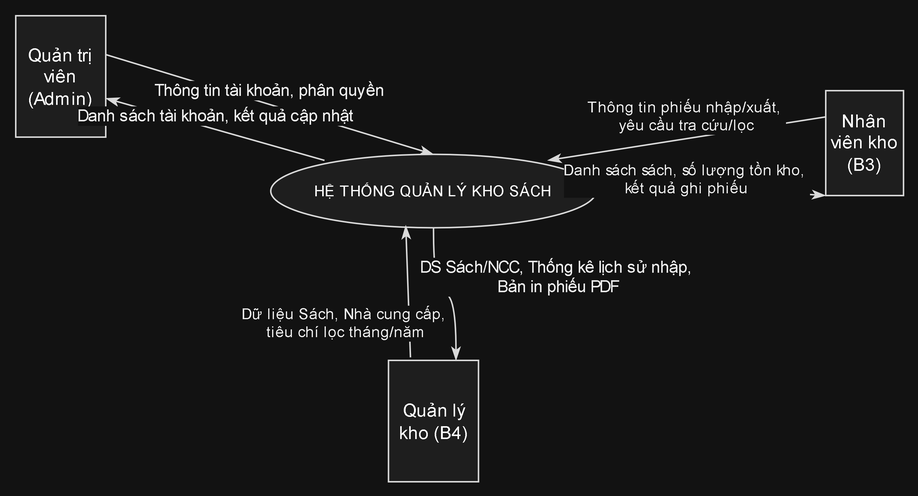
Earlier version of the draw.io export file tổng hợp cho báo cáo/Báo cáo HTTT/DFD0.drawio.png (nguyenmintam23-z/HTTT). Source tidied: cells renumbered, new cells last; positions are measured from the earlier drawing's top-left corner, leaving out a move shared by most shapes. Its diagram source:
```xml
<mxGraphModel>
  <root>
    <mxCell id="0" />
    <mxCell id="1" parent="0" />
    <mxCell id="2" style="group;transparentBounds=1;editIcon=1;lockedGroup=0;groupPadding=10;fontSize=10;" parent="1" vertex="1">
      <mxGeometry as="geometry" />
    </mxCell>
    <mxCell id="3" value="Quản trị viên (Admin)" style="shape=label;html=1;fillColor=#F1F1F1;strokeColor=#181818;fontSize=12;whiteSpace=wrap;" parent="2" vertex="1">
      <mxGeometry x="160" y="90" width="60" height="81" as="geometry" />
    </mxCell>
    <mxCell id="4" value="Nhân viên kho (B3)" style="shape=label;html=1;fillColor=#F1F1F1;strokeColor=#181818;fontSize=12;align=center;verticalAlign=middle;fontFamily=Helvetica;fontColor=default;whiteSpace=wrap;" parent="2" vertex="1">
      <mxGeometry x="700" y="140" width="51.9" height="70" as="geometry" />
    </mxCell>
    <mxCell id="5" value="Quản lý kho (B4)" style="shape=label;html=1;fillColor=#F1F1F1;strokeColor=#181818;fontSize=12;whiteSpace=wrap;" parent="2" vertex="1">
      <mxGeometry x="408.5" y="320" width="60" height="81" as="geometry" />
    </mxCell>
    <mxCell id="6" value="&lt;br style=&quot;padding: 0px; margin: 0px;&quot;&gt;HỆ THỐNG QUẢN LÝ KHO SÁCH" style="rounded=1;absoluteArcSize=1;arcSize=3;strokeWidth=1;fillColor=#F1F1F1;strokeColor=#181818;whiteSpace=wrap;fontSize=10;shape=ellipse;perimeter=ellipsePerimeter;html=1;shapeInside=1;" parent="2" vertex="1">
      <mxGeometry x="330" y="182.5" width="217" height="49" as="geometry" />
    </mxCell>
    <mxCell id="7" value="&lt;font style=&quot;font-size: 11px;&quot;&gt;Thông tin tài khoản, phân quyền&lt;/font&gt;" style="strokeColor=#181818;fontColor=#000000;fontSize=10;html=1;labelBackgroundColor=#FFFFFF;verticalAlign=bottom;endArrow=classicThin;endFill=1;exitX=1;exitY=0.32;exitDx=0;exitDy=0;entryX=0.5;entryY=0;entryDx=0;entryDy=0;curved=0;rounded=0;endSize=6;sourcePerimeterSpacing=0;targetPerimeterSpacing=0;" parent="2" edge="1" source="3" target="6">
      <mxGeometry relative="1" as="geometry" />
    </mxCell>
    <mxCell id="8" value="&lt;font style=&quot;font-size: 11px;&quot;&gt;Danh sách tài khoản, kết quả cập nhật&lt;/font&gt;" style="strokeColor=#181818;fontColor=#000000;fontSize=10;html=1;labelBackgroundColor=#FFFFFF;verticalAlign=bottom;endArrow=classicThin;endFill=1;exitX=0.165;exitY=0.082;exitDx=0;exitDy=0;entryX=1;entryY=0.68;entryDx=0;entryDy=0;curved=0;rounded=0;endSize=6;sourcePerimeterSpacing=0;targetPerimeterSpacing=0;exitPerimeter=0;" parent="2" edge="1" source="6" target="3">
      <mxGeometry relative="1" as="geometry" />
    </mxCell>
    <mxCell id="9" value="Thông tin phiếu nhập/xuất,&amp;nbsp;&lt;div&gt;yêu cầu tra cứu/lọc&lt;/div&gt;" style="strokeColor=#181818;fontColor=#000000;fontSize=10;html=1;labelBackgroundColor=#FFFFFF;verticalAlign=bottom;endArrow=classicThin;endFill=1;entryX=0.851;entryY=0.082;entryDx=0;entryDy=0;curved=0;rounded=0;endSize=6;sourcePerimeterSpacing=0;targetPerimeterSpacing=0;entryPerimeter=0;exitX=0;exitY=0.25;exitDx=0;exitDy=0;" parent="2" edge="1" source="4" target="6">
      <mxGeometry relative="1" as="geometry" />
    </mxCell>
    <mxCell id="10" value="Danh sách sách, số lượng tồn kho,&amp;nbsp;&lt;div&gt;kết quả ghi phiếu&lt;/div&gt;" style="strokeColor=#181818;fontColor=#000000;fontSize=10;html=1;labelBackgroundColor=#FFFFFF;verticalAlign=bottom;endArrow=classicThin;endFill=1;exitX=0.992;exitY=0.353;exitDx=0;exitDy=0;curved=0;rounded=0;endSize=6;sourcePerimeterSpacing=0;targetPerimeterSpacing=0;exitPerimeter=0;entryX=0;entryY=1;entryDx=0;entryDy=0;" parent="2" edge="1" source="6" target="4">
      <mxGeometry x="-0.19" y="-10" relative="1" as="geometry" />
    </mxCell>
    <mxCell id="11" value="Dữ liệu Sách, Nhà cung cấp,&amp;nbsp;&lt;div&gt;tiêu chí lọc tháng/năm&lt;/div&gt;" style="strokeColor=#181818;fontColor=#000000;fontSize=10;html=1;labelBackgroundColor=#FFFFFF;verticalAlign=bottom;endArrow=classicThin;endFill=1;curved=0;rounded=0;endSize=6;sourcePerimeterSpacing=0;targetPerimeterSpacing=0;exitX=0.244;exitY=-0.025;exitDx=0;exitDy=0;exitPerimeter=0;" parent="2" edge="1" source="5">
      <mxGeometry x="-0.78" y="43" relative="1" as="geometry">
        <mxPoint x="420" y="230" as="targetPoint" />
      </mxGeometry>
    </mxCell>
    <mxCell id="12" value="&lt;font style=&quot;font-size: 11px;&quot;&gt;DS Sách/NCC, Thống kê lịch sử nhập,&lt;/font&gt;&lt;div&gt;&lt;font style=&quot;font-size: 11px;&quot;&gt;&amp;nbsp;Bản in phiếu PDF&lt;/font&gt;&lt;/div&gt;" style="strokeColor=#181818;fontColor=#000000;fontSize=10;html=1;labelBackgroundColor=#FFFFFF;verticalAlign=bottom;endArrow=classicThin;endFill=1;exitX=0.5;exitY=1;exitDx=0;exitDy=0;curved=1;rounded=0;endSize=6;sourcePerimeterSpacing=0;targetPerimeterSpacing=0;edgeStyle=orthogonalEdgeStyle;curveGeometry=1;entryX=0.75;entryY=0;entryDx=0;entryDy=0;" parent="2" edge="1" source="6" target="5">
      <mxGeometry x="0.35" y="69" relative="1" as="geometry">
        <mxPoint x="-1" y="-2" as="offset" />
      </mxGeometry>
    </mxCell>
  </root>
</mxGraphModel>
```
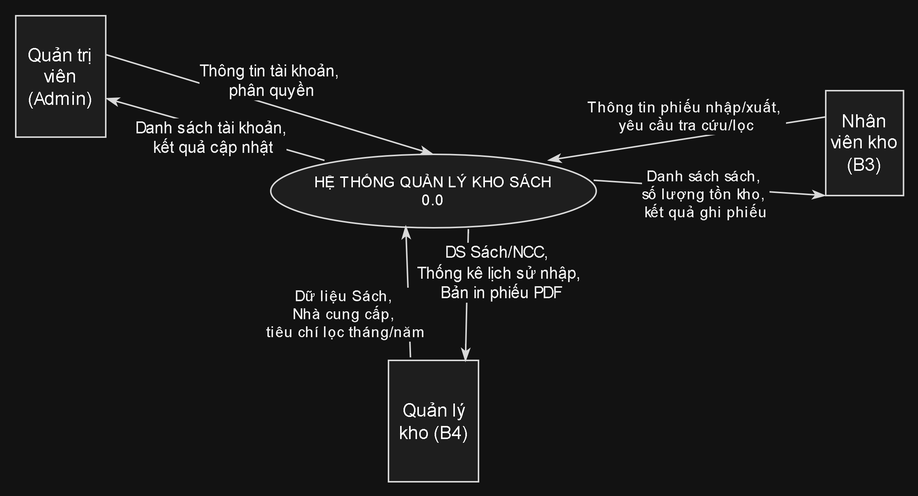
Later version of the same file.

Change to the diagram source:
```diff
@@ -14,29 +14,29 @@
     <mxCell id="5" value="Quản lý kho (B4)" style="shape=label;html=1;fillColor=#F1F1F1;strokeColor=#181818;fontSize=12;whiteSpace=wrap;" parent="2" vertex="1">
       <mxGeometry x="408.5" y="320" width="60" height="81" as="geometry" />
     </mxCell>
-    <mxCell id="6" value="&lt;br style=&quot;padding: 0px; margin: 0px;&quot;&gt;HỆ THỐNG QUẢN LÝ KHO SÁCH" style="rounded=1;absoluteArcSize=1;arcSize=3;strokeWidth=1;fillColor=#F1F1F1;strokeColor=#181818;whiteSpace=wrap;fontSize=10;shape=ellipse;perimeter=ellipsePerimeter;html=1;shapeInside=1;" parent="2" vertex="1">
+    <mxCell id="6" value="&lt;br style=&quot;padding: 0px; margin: 0px;&quot;&gt;HỆ THỐNG QUẢN LÝ KHO SÁCH&lt;div&gt;0.0&lt;/div&gt;" style="rounded=1;absoluteArcSize=1;arcSize=3;strokeWidth=1;fillColor=#F1F1F1;strokeColor=#181818;whiteSpace=wrap;fontSize=10;shape=ellipse;perimeter=ellipsePerimeter;html=1;shapeInside=1;" parent="2" vertex="1">
       <mxGeometry x="330" y="182.5" width="217" height="49" as="geometry" />
     </mxCell>
-    <mxCell id="7" value="&lt;font style=&quot;font-size: 11px;&quot;&gt;Thông tin tài khoản, phân quyền&lt;/font&gt;" style="strokeColor=#181818;fontColor=#000000;fontSize=10;html=1;labelBackgroundColor=#FFFFFF;verticalAlign=bottom;endArrow=classicThin;endFill=1;exitX=1;exitY=0.32;exitDx=0;exitDy=0;entryX=0.5;entryY=0;entryDx=0;entryDy=0;curved=0;rounded=0;endSize=6;sourcePerimeterSpacing=0;targetPerimeterSpacing=0;" parent="2" edge="1" source="3" target="6">
+    <mxCell id="7" value="&lt;font style=&quot;font-size: 11px;&quot;&gt;Thông tin tài khoản,&lt;/font&gt;&lt;div&gt;&lt;font style=&quot;font-size: 11px;&quot;&gt;&amp;nbsp;phân quyền&lt;/font&gt;&lt;/div&gt;" style="strokeColor=#181818;fontColor=#000000;fontSize=10;html=1;labelBackgroundColor=#FFFFFF;verticalAlign=bottom;endArrow=classicThin;endFill=1;exitX=1;exitY=0.32;exitDx=0;exitDy=0;entryX=0.5;entryY=0;entryDx=0;entryDy=0;curved=0;rounded=0;endSize=6;sourcePerimeterSpacing=0;targetPerimeterSpacing=0;" parent="2" edge="1" source="3" target="6">
       <mxGeometry relative="1" as="geometry" />
     </mxCell>
-    <mxCell id="8" value="&lt;font style=&quot;font-size: 11px;&quot;&gt;Danh sách tài khoản, kết quả cập nhật&lt;/font&gt;" style="strokeColor=#181818;fontColor=#000000;fontSize=10;html=1;labelBackgroundColor=#FFFFFF;verticalAlign=bottom;endArrow=classicThin;endFill=1;exitX=0.165;exitY=0.082;exitDx=0;exitDy=0;entryX=1;entryY=0.68;entryDx=0;entryDy=0;curved=0;rounded=0;endSize=6;sourcePerimeterSpacing=0;targetPerimeterSpacing=0;exitPerimeter=0;" parent="2" edge="1" source="6" target="3">
-      <mxGeometry relative="1" as="geometry" />
+    <mxCell id="8" value="&lt;font style=&quot;font-size: 11px;&quot;&gt;Danh sách tài khoản,&lt;/font&gt;&lt;div&gt;&lt;font style=&quot;font-size: 11px;&quot;&gt;&amp;nbsp;kết quả cập nhật&lt;/font&gt;&lt;/div&gt;" style="strokeColor=#181818;fontColor=#000000;fontSize=10;html=1;labelBackgroundColor=#FFFFFF;verticalAlign=bottom;endArrow=classicThin;endFill=1;exitX=0.165;exitY=0.082;exitDx=0;exitDy=0;entryX=1;entryY=0.68;entryDx=0;entryDy=0;curved=0;rounded=0;endSize=6;sourcePerimeterSpacing=0;targetPerimeterSpacing=0;exitPerimeter=0;" parent="2" edge="1" source="6" target="3">
+      <mxGeometry x="-0.04" y="21" relative="1" as="geometry" />
     </mxCell>
     <mxCell id="9" value="Thông tin phiếu nhập/xuất,&amp;nbsp;&lt;div&gt;yêu cầu tra cứu/lọc&lt;/div&gt;" style="strokeColor=#181818;fontColor=#000000;fontSize=10;html=1;labelBackgroundColor=#FFFFFF;verticalAlign=bottom;endArrow=classicThin;endFill=1;entryX=0.851;entryY=0.082;entryDx=0;entryDy=0;curved=0;rounded=0;endSize=6;sourcePerimeterSpacing=0;targetPerimeterSpacing=0;entryPerimeter=0;exitX=0;exitY=0.25;exitDx=0;exitDy=0;" parent="2" edge="1" source="4" target="6">
       <mxGeometry relative="1" as="geometry" />
     </mxCell>
-    <mxCell id="10" value="Danh sách sách, số lượng tồn kho,&amp;nbsp;&lt;div&gt;kết quả ghi phiếu&lt;/div&gt;" style="strokeColor=#181818;fontColor=#000000;fontSize=10;html=1;labelBackgroundColor=#FFFFFF;verticalAlign=bottom;endArrow=classicThin;endFill=1;exitX=0.992;exitY=0.353;exitDx=0;exitDy=0;curved=0;rounded=0;endSize=6;sourcePerimeterSpacing=0;targetPerimeterSpacing=0;exitPerimeter=0;entryX=0;entryY=1;entryDx=0;entryDy=0;" parent="2" edge="1" source="6" target="4">
-      <mxGeometry x="-0.19" y="-10" relative="1" as="geometry" />
+    <mxCell id="10" value="Danh sách sách,&amp;nbsp;&lt;div&gt;số lượng tồn kho,&amp;nbsp;&lt;div&gt;kết quả ghi phiếu&lt;/div&gt;&lt;/div&gt;" style="strokeColor=#181818;fontColor=#000000;fontSize=10;html=1;labelBackgroundColor=#FFFFFF;verticalAlign=bottom;endArrow=classicThin;endFill=1;exitX=0.992;exitY=0.353;exitDx=0;exitDy=0;curved=0;rounded=0;endSize=6;sourcePerimeterSpacing=0;targetPerimeterSpacing=0;exitPerimeter=0;entryX=0;entryY=1;entryDx=0;entryDy=0;" parent="2" edge="1" source="6" target="4">
+      <mxGeometry x="-0.01" y="-25" relative="1" as="geometry" />
     </mxCell>
-    <mxCell id="11" value="Dữ liệu Sách, Nhà cung cấp,&amp;nbsp;&lt;div&gt;tiêu chí lọc tháng/năm&lt;/div&gt;" style="strokeColor=#181818;fontColor=#000000;fontSize=10;html=1;labelBackgroundColor=#FFFFFF;verticalAlign=bottom;endArrow=classicThin;endFill=1;curved=0;rounded=0;endSize=6;sourcePerimeterSpacing=0;targetPerimeterSpacing=0;exitX=0.244;exitY=-0.025;exitDx=0;exitDy=0;exitPerimeter=0;" parent="2" edge="1" source="5">
+    <mxCell id="11" value="Dữ liệu Sách,&amp;nbsp;&lt;div&gt;Nhà cung cấp,&amp;nbsp;&lt;div&gt;tiêu chí lọc tháng/năm&lt;/div&gt;&lt;/div&gt;" style="strokeColor=#181818;fontColor=#000000;fontSize=10;html=1;labelBackgroundColor=#FFFFFF;verticalAlign=bottom;endArrow=classicThin;endFill=1;curved=0;rounded=0;endSize=6;sourcePerimeterSpacing=0;targetPerimeterSpacing=0;exitX=0.244;exitY=-0.025;exitDx=0;exitDy=0;exitPerimeter=0;" parent="2" edge="1" source="5">
       <mxGeometry x="-0.78" y="43" relative="1" as="geometry">
         <mxPoint x="420" y="230" as="targetPoint" />
       </mxGeometry>
     </mxCell>
-    <mxCell id="12" value="&lt;font style=&quot;font-size: 11px;&quot;&gt;DS Sách/NCC, Thống kê lịch sử nhập,&lt;/font&gt;&lt;div&gt;&lt;font style=&quot;font-size: 11px;&quot;&gt;&amp;nbsp;Bản in phiếu PDF&lt;/font&gt;&lt;/div&gt;" style="strokeColor=#181818;fontColor=#000000;fontSize=10;html=1;labelBackgroundColor=#FFFFFF;verticalAlign=bottom;endArrow=classicThin;endFill=1;exitX=0.5;exitY=1;exitDx=0;exitDy=0;curved=1;rounded=0;endSize=6;sourcePerimeterSpacing=0;targetPerimeterSpacing=0;edgeStyle=orthogonalEdgeStyle;curveGeometry=1;entryX=0.75;entryY=0;entryDx=0;entryDy=0;" parent="2" edge="1" source="6" target="5">
-      <mxGeometry x="0.35" y="69" relative="1" as="geometry">
-        <mxPoint x="-1" y="-2" as="offset" />
+    <mxCell id="12" value="&lt;font style=&quot;font-size: 11px;&quot;&gt;DS Sách/NCC,&amp;nbsp;&lt;/font&gt;&lt;div&gt;&lt;font style=&quot;font-size: 11px;&quot;&gt;Thống kê lịch sử nhập,&lt;/font&gt;&lt;div&gt;&lt;font style=&quot;font-size: 11px;&quot;&gt;&amp;nbsp;Bản in phiếu PDF&lt;/font&gt;&lt;/div&gt;&lt;/div&gt;" style="strokeColor=#181818;fontColor=#000000;fontSize=10;html=1;labelBackgroundColor=#FFFFFF;verticalAlign=bottom;endArrow=classicThin;endFill=1;exitX=0.607;exitY=1.018;exitDx=0;exitDy=0;curved=1;rounded=0;endSize=6;sourcePerimeterSpacing=0;targetPerimeterSpacing=0;curveGeometry=1;exitPerimeter=0;entryX=0.855;entryY=0.01;entryDx=0;entryDy=0;entryPerimeter=0;" parent="2" edge="1" source="6" target="5">
+      <mxGeometry x="0.17" y="20" relative="1" as="geometry">
+        <mxPoint x="1" y="-1" as="offset" />
       </mxGeometry>
     </mxCell>
   </root>
```
